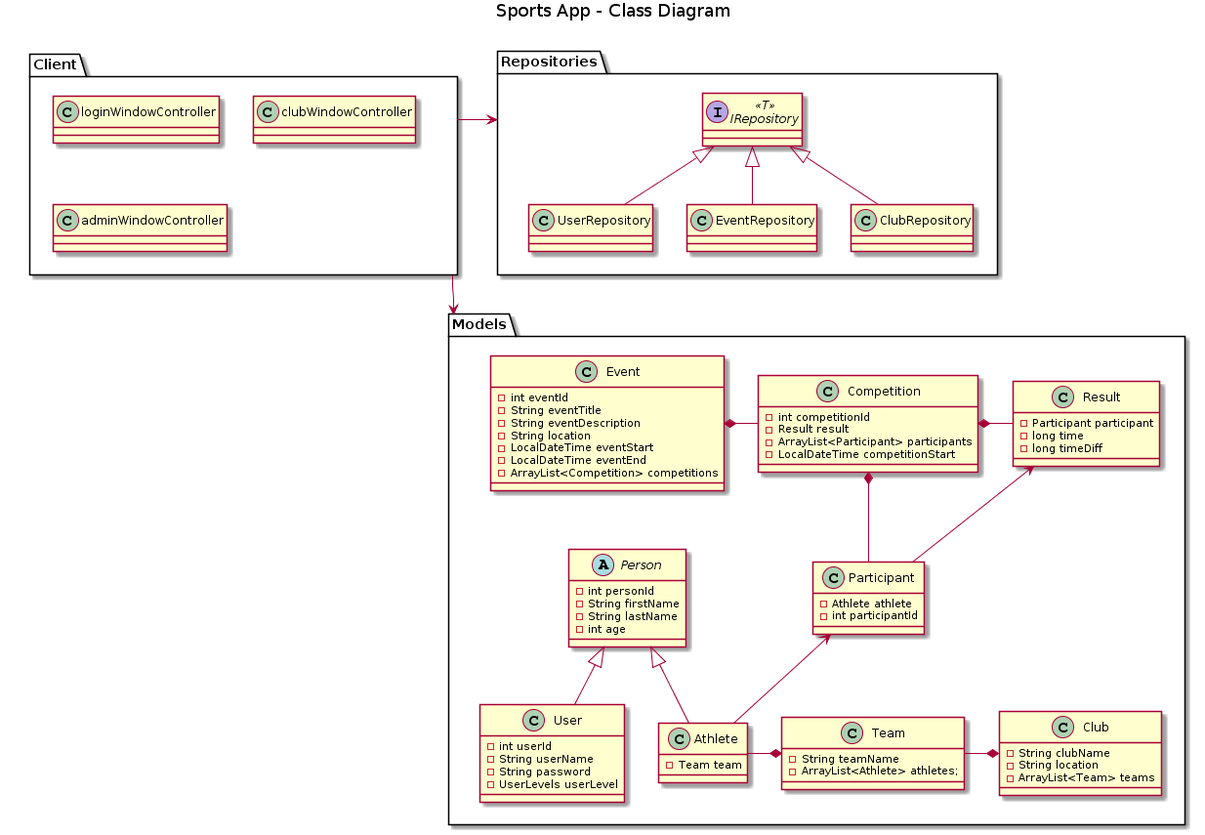
Above: diagrams/class/class-uml.png in skarning/software-engineering-gr14-project (PlantUML), before the change.
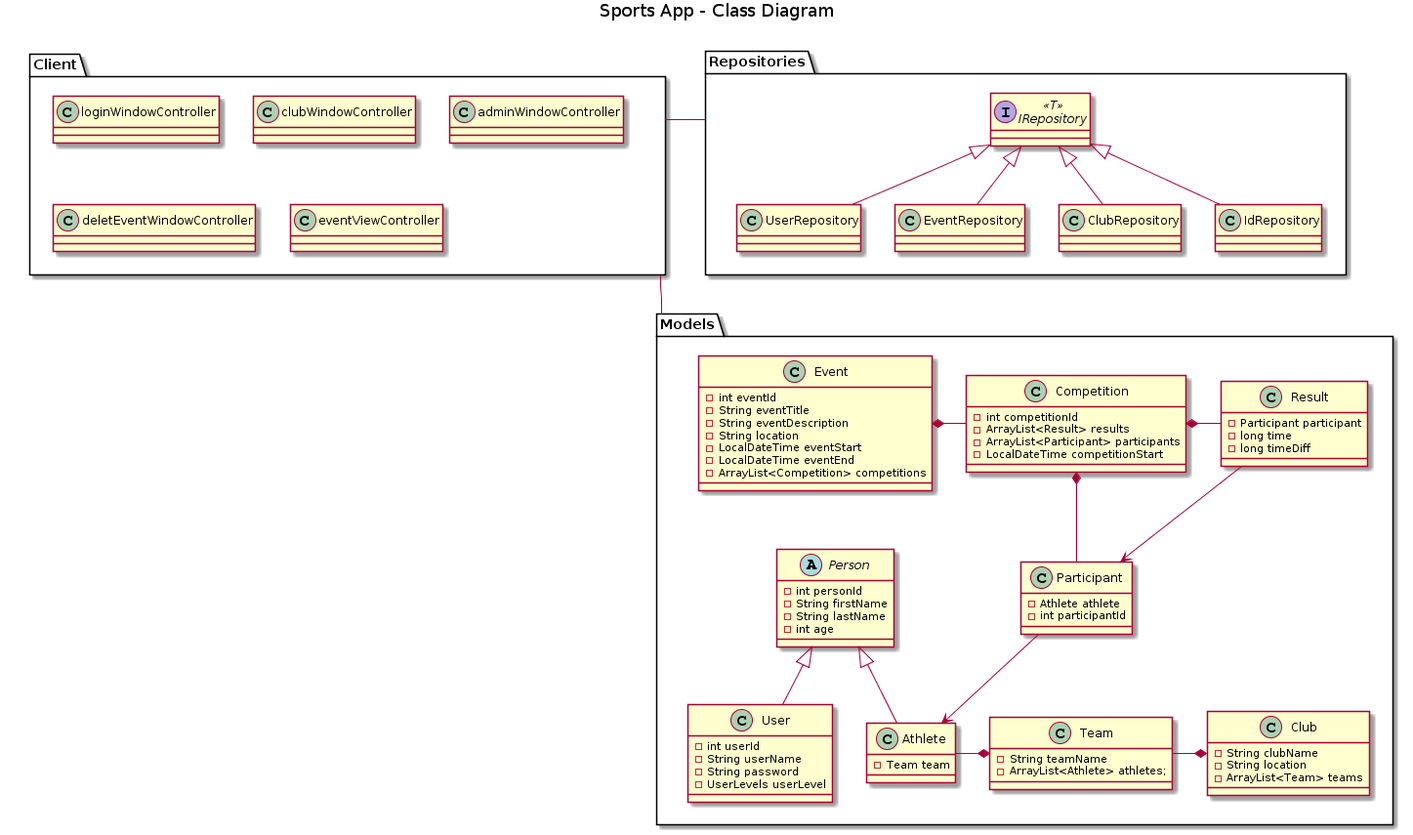
After the change.

Commit message:
Add result activity diagram and update class diagram to match system

Diff of the diagram source:
```diff
@@ -13,7 +13,7 @@
 
     class Competition {
         -int competitionId
-        -Result result
+        -ArrayList<Result> results
         -ArrayList<Participant> participants
         -LocalDateTime competitionStart
     }
@@ -62,11 +62,11 @@
     Competition *-down- Participant
     Person <|-down- Athlete
     Person <|-down- User
-    Participant <-- Athlete
+    Participant --> Athlete
     Team *-left- Athlete
     Club *-left- Team
     Competition *-right- Result
-    Result <-- Participant
+    Result --> Participant
 }
 
 package Repositories {
@@ -86,9 +86,14 @@
 
     }
 
+    class IdRepository {
+
+    }
+
     IRepository <|-down- UserRepository
     IRepository <|-down- EventRepository
     IRepository <|-down- ClubRepository
+    IRepository <|-down- IdRepository
 }
 
 package Client {
@@ -101,8 +106,16 @@
     class adminWindowController {
     }
 
+    class deletEventWindowController {
+
+    }
+
+    class eventViewController {
+
+    }
+
 }
 
-Client ---> Models
-Client -> Repositories
+Client --- Models
+Client - Repositories
 @enduml
```
